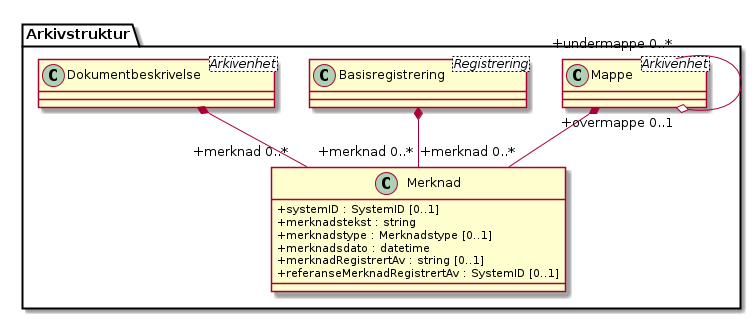
Earlier version of the PlantUML export kapitler/media/uml-arkivstruktur-merknad.png (arkivverket/noark5-tjenestegrensesnitt-standard).
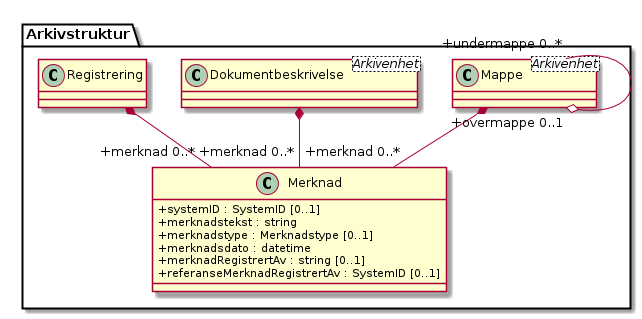
After the commit.

Diff of the diagram source:
```diff
@@ -9,10 +9,9 @@
   +referanseMerknadRegistrertAv : SystemID [0..1]
 }
 class Arkivstruktur.Mappe <Arkivenhet>
-class Arkivstruktur.Basisregistrering <Registrering>
 class Arkivstruktur.Dokumentbeskrivelse <Arkivenhet>
 Arkivstruktur.Mappe *-- "+merknad 0..*" Arkivstruktur.Merknad
 Arkivstruktur.Mappe "+undermappe 0..*" --o "+overmappe 0..1" Arkivstruktur.Mappe
-Arkivstruktur.Basisregistrering *-- "+merknad 0..*" Arkivstruktur.Merknad
+Arkivstruktur.Registrering *-- "+merknad 0..*" Arkivstruktur.Merknad
 Arkivstruktur.Dokumentbeskrivelse *-- "+merknad 0..*" Arkivstruktur.Merknad
 @enduml
```
